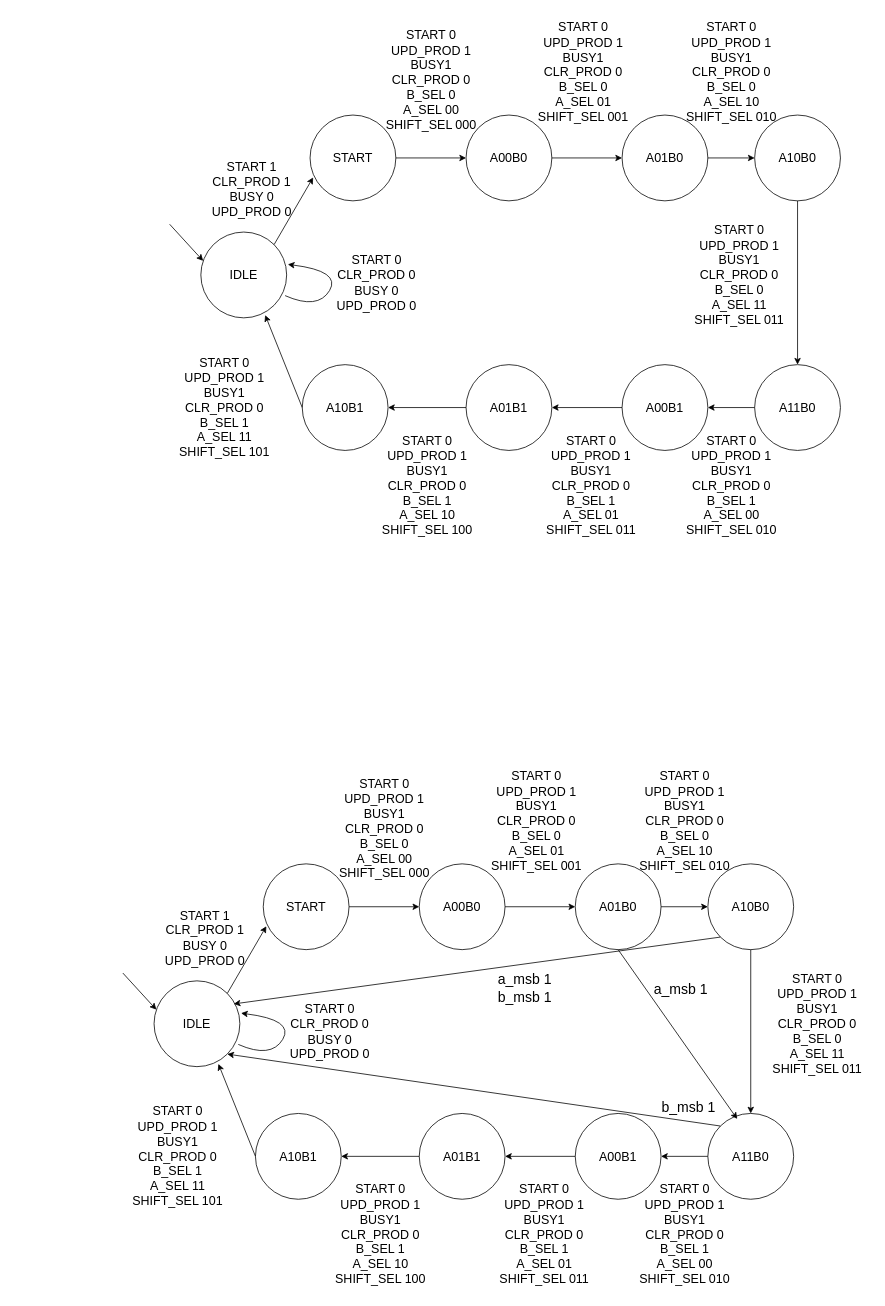
Before: Untitled Diagram.drawio in ofek512/32x32_multiplier, a draw.io diagram. Source tidied: cells renumbered, new cells numbered last; positions are measured from the earlier drawing's top-left corner, leaving out a move shared by most shapes. Both pictures are drawn from the tidied source at 78%, with x=0, y=0 at pixel (122, 13).
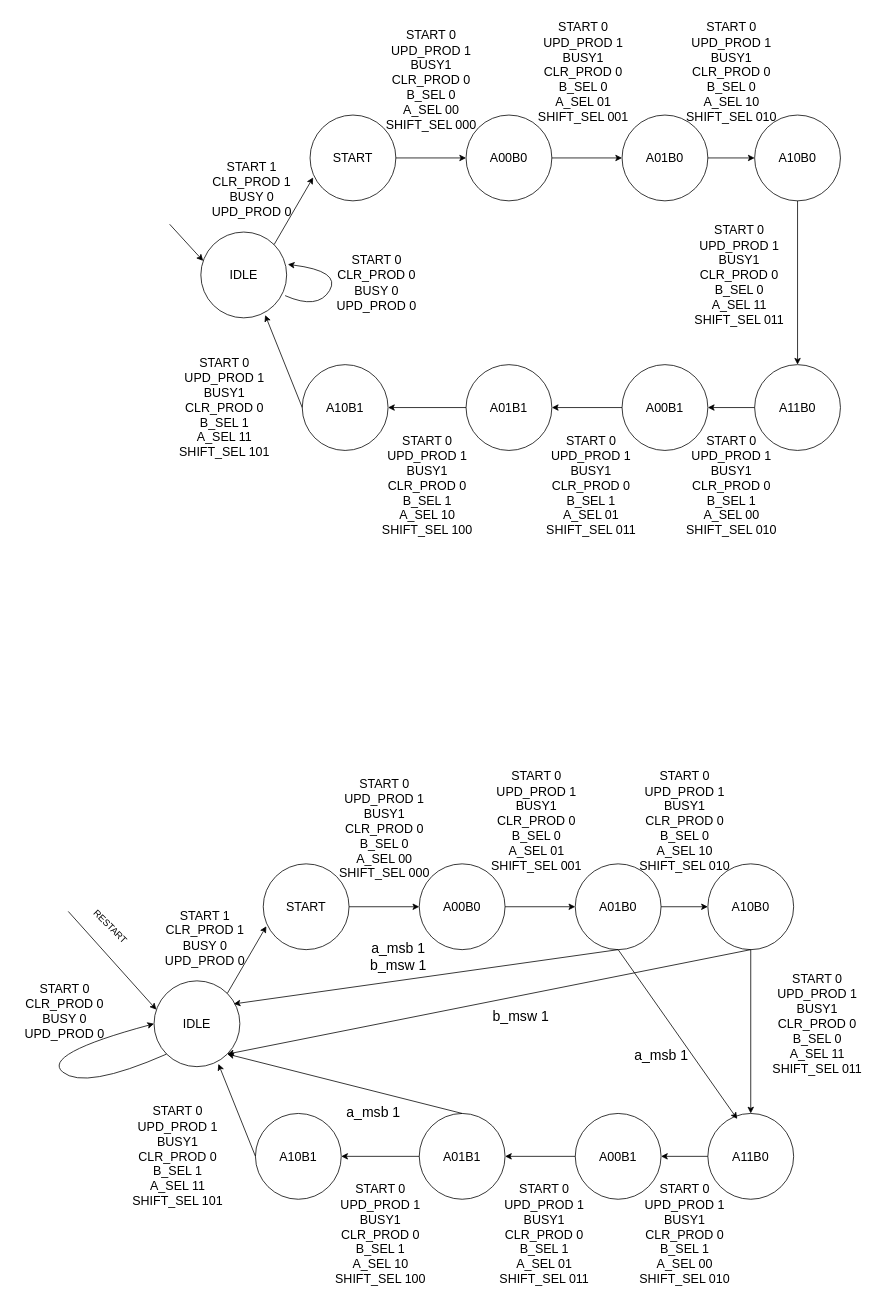
After the change.

Unchanged cells that the change refers to:
```xml
<mxCell id="34" value="&lt;font size=&quot;3&quot;&gt;A01B0&lt;/font&gt;" style="ellipse;whiteSpace=wrap;html=1;" parent="1" vertex="1">
  <mxGeometry x="580" y="1090" width="110" height="110" as="geometry" />
</mxCell>
<mxCell id="35" value="&lt;font size=&quot;3&quot;&gt;A01B1&lt;/font&gt;" style="ellipse;whiteSpace=wrap;html=1;" parent="1" vertex="1">
  <mxGeometry x="380" y="1410" width="110" height="110" as="geometry" />
</mxCell>
<mxCell id="38" value="&lt;font size=&quot;3&quot;&gt;A10B0&lt;/font&gt;" style="ellipse;whiteSpace=wrap;html=1;" parent="1" vertex="1">
  <mxGeometry x="750" y="1090" width="110" height="110" as="geometry" />
</mxCell>
<mxCell id="39" value="&lt;font size=&quot;3&quot;&gt;A11B0&lt;/font&gt;" style="ellipse;whiteSpace=wrap;html=1;" parent="1" vertex="1">
  <mxGeometry x="750" y="1410" width="110" height="110" as="geometry" />
</mxCell>
<mxCell id="40" value="&lt;font size=&quot;3&quot;&gt;IDLE&lt;/font&gt;" style="ellipse;whiteSpace=wrap;html=1;" parent="1" vertex="1">
  <mxGeometry x="40" y="1240" width="110" height="110" as="geometry" />
</mxCell>
```

What changed in the source:
```diff
@@
-    <mxCell id="50" style="curved=1;endArrow=classic;html=1;rounded=0;exitX=0.982;exitY=0.741;exitDx=0;exitDy=0;exitPerimeter=0;entryX=1.014;entryY=0.377;entryDx=0;entryDy=0;entryPerimeter=0;" parent="1" edge="1" source="40" target="40">
-      <mxGeometry relative="1" as="geometry">
-        <Array as="points">
-          <mxPoint x="190" y="1340" />
-          <mxPoint x="220" y="1290" />
-        </Array>
-      </mxGeometry>
-    </mxCell>
     <mxCell id="51" value="&lt;div&gt;&lt;font size=&quot;3&quot;&gt;START 0&lt;/font&gt;&lt;/div&gt;&lt;div&gt;&lt;font size=&quot;3&quot;&gt;CLR_PROD 0&lt;/font&gt;&lt;/div&gt;&lt;div&gt;&lt;font size=&quot;3&quot;&gt;BUSY 0&lt;/font&gt;&lt;/div&gt;&lt;div&gt;&lt;font size=&quot;3&quot;&gt;UPD_PROD 0&lt;/font&gt;&lt;/div&gt;" style="text;html=1;align=center;verticalAlign=middle;strokeColor=none;fillColor=none;" parent="1" vertex="1">
-      <mxGeometry x="200" y="1260" width="130" height="90" as="geometry" />
+      <mxGeometry x="-140" y="1234" width="130" height="90" as="geometry" />
     </mxCell>
@@
     <mxCell id="61" style="endArrow=classic;html=1;rounded=0;entryX=0.027;entryY=0.336;entryDx=0;entryDy=0;entryPerimeter=0;" parent="1" edge="1" target="40">
       <mxGeometry relative="1" as="geometry">
-        <mxPoint y="1230" as="sourcePoint" />
+        <mxPoint x="-70" y="1151" as="sourcePoint" />
       </mxGeometry>
     </mxCell>
-    <mxCell id="62" style="endArrow=classic;html=1;rounded=0;exitX=0;exitY=1;exitDx=0;exitDy=0;entryX=0.929;entryY=0.269;entryDx=0;entryDy=0;entryPerimeter=0;" parent="1" edge="1" source="38" target="40">
+    <mxCell id="62" style="endArrow=classic;html=1;rounded=0;exitX=0.5;exitY=1;exitDx=0;exitDy=0;entryX=0.929;entryY=0.269;entryDx=0;entryDy=0;entryPerimeter=0;" parent="1" edge="1" source="34" target="40">
       <mxGeometry relative="1" as="geometry" />
     </mxCell>
-    <mxCell id="63" value="&lt;div&gt;&lt;font style=&quot;font-size: 18px;&quot;&gt;a_msb 1&lt;/font&gt;&lt;/div&gt;&lt;div&gt;&lt;font style=&quot;font-size: 18px;&quot;&gt;b_msb 1&lt;/font&gt;&lt;/div&gt;" style="text;html=1;align=center;verticalAlign=middle;strokeColor=none;fillColor=none;" parent="1" vertex="1">
-      <mxGeometry x="470" y="1220" width="90" height="60" as="geometry" />
+    <mxCell id="63" value="&lt;div&gt;&lt;font style=&quot;font-size: 18px;&quot;&gt;a_msb 1&lt;/font&gt;&lt;/div&gt;&lt;div&gt;&lt;font style=&quot;font-size: 18px;&quot;&gt;b_msw 1&lt;/font&gt;&lt;/div&gt;" style="text;html=1;align=center;verticalAlign=middle;strokeColor=none;fillColor=none;" parent="1" vertex="1">
+      <mxGeometry x="303" y="1180" width="100" height="60" as="geometry" />
     </mxCell>
-    <mxCell id="64" style="endArrow=classic;html=1;rounded=0;exitX=0;exitY=0;exitDx=0;exitDy=0;entryX=1;entryY=1;entryDx=0;entryDy=0;" parent="1" edge="1" source="39" target="40">
+    <mxCell id="64" style="endArrow=classic;html=1;rounded=0;exitX=0.5;exitY=1;exitDx=0;exitDy=0;entryX=1;entryY=1;entryDx=0;entryDy=0;" parent="1" edge="1" source="38" target="40">
       <mxGeometry relative="1" as="geometry" />
     </mxCell>
-    <mxCell id="65" value="&lt;div&gt;&lt;br&gt;&lt;/div&gt;&lt;div&gt;&lt;font style=&quot;font-size: 18px;&quot;&gt;b_msb 1&lt;/font&gt;&lt;/div&gt;" style="text;html=1;align=center;verticalAlign=middle;strokeColor=none;fillColor=none;" parent="1" vertex="1">
-      <mxGeometry x="680" y="1370" width="90" height="50" as="geometry" />
+    <mxCell id="65" value="&lt;div&gt;&lt;br&gt;&lt;/div&gt;&lt;div&gt;&lt;div&gt;&lt;font style=&quot;font-size: 18px;&quot;&gt;b_msw 1&lt;/font&gt;&lt;/div&gt;&lt;/div&gt;" style="text;html=1;align=center;verticalAlign=middle;strokeColor=none;fillColor=none;" parent="1" vertex="1">
+      <mxGeometry x="460" y="1254" width="100" height="50" as="geometry" />
     </mxCell>
@@
     <mxCell id="67" value="&lt;div&gt;&lt;br&gt;&lt;/div&gt;&lt;div&gt;&lt;font style=&quot;font-size: 18px;&quot;&gt;a_msb 1&lt;/font&gt;&lt;/div&gt;" style="text;html=1;align=center;verticalAlign=middle;strokeColor=none;fillColor=none;" parent="1" vertex="1">
-      <mxGeometry x="670" y="1220" width="90" height="50" as="geometry" />
+      <mxGeometry x="645" y="1304" width="90" height="50" as="geometry" />
     </mxCell>
+    <mxCell id="68" style="endArrow=classic;html=1;rounded=0;exitX=0.5;exitY=0;exitDx=0;exitDy=0;entryX=1;entryY=1;entryDx=0;entryDy=0;" parent="1" edge="1" source="35" target="40">
+      <mxGeometry relative="1" as="geometry" />
+    </mxCell>
+    <mxCell id="69" value="&lt;div&gt;&lt;br&gt;&lt;/div&gt;&lt;div&gt;&lt;font style=&quot;font-size: 18px;&quot;&gt;a_msb 1&lt;/font&gt;&lt;/div&gt;" style="text;html=1;align=center;verticalAlign=middle;strokeColor=none;fillColor=none;" parent="1" vertex="1">
+      <mxGeometry x="276" y="1377" width="90" height="50" as="geometry" />
+    </mxCell>
+    <mxCell id="50" style="curved=1;endArrow=classic;html=1;rounded=0;exitX=0;exitY=1;exitDx=0;exitDy=0;entryX=0;entryY=0.5;entryDx=0;entryDy=0;" parent="1" edge="1" source="40" target="40">
+      <mxGeometry relative="1" as="geometry">
+        <Array as="points">
+          <mxPoint x="-49" y="1380" />
+          <mxPoint x="-105" y="1334" />
+        </Array>
+      </mxGeometry>
+    </mxCell>
+    <mxCell id="70" value="RESTART" style="text;html=1;align=center;verticalAlign=middle;strokeColor=none;fillColor=none;rotation=45;" parent="1" vertex="1">
+      <mxGeometry x="-53" y="1157" width="73" height="26" as="geometry" />
+    </mxCell>
```
